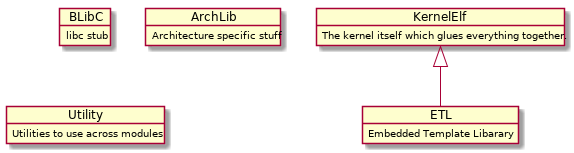
cbladt/BladtOS keeps this PlantUML diagram as Docs/ModuleDiagram.png. Above is the earlier version.
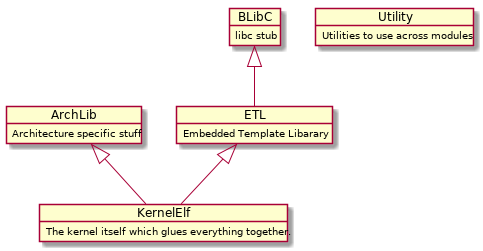
After the commit.

The edit, as a diff of the source:
```diff
@@ -15,6 +15,9 @@
 object ETL
 ETL : Embedded Template Libarary
 
-KernelElf <|-- ETL
+BLibC <|-- ETL
+
+ArchLib <|-- KernelElf
+ETL <|-- KernelElf
 
 @enduml
```
